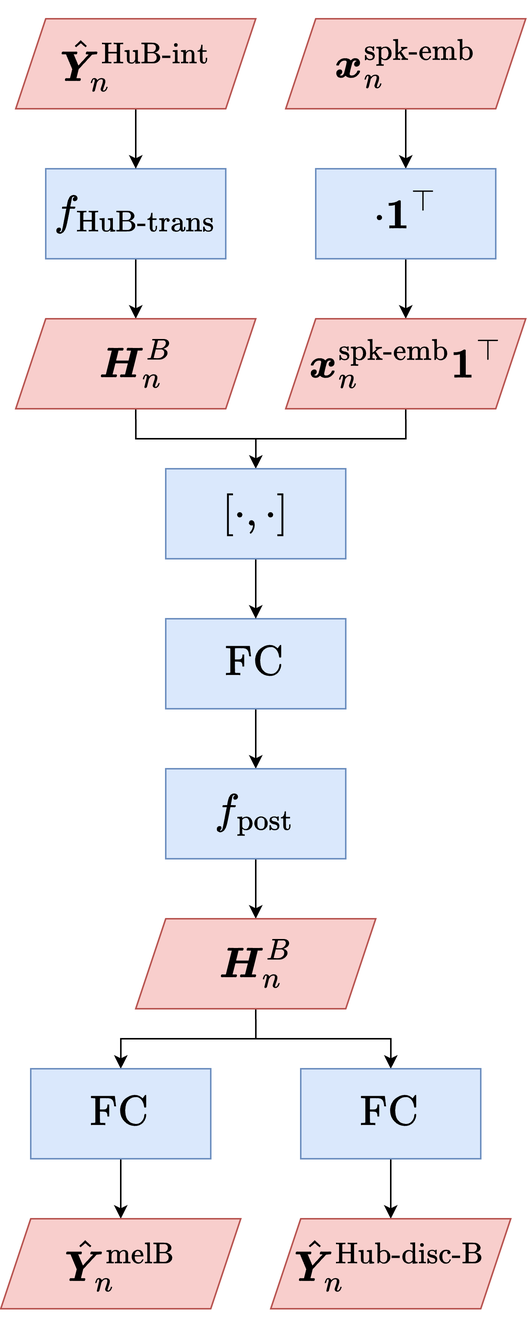
Earlier version of the draw.io export figure/sec4/model_2/networkB.drawio.png (kyushusouth/master_thesis). Source tidied: cells renumbered, new cells last; positions are measured from the earlier drawing's top-left corner, leaving out a move shared by most shapes.
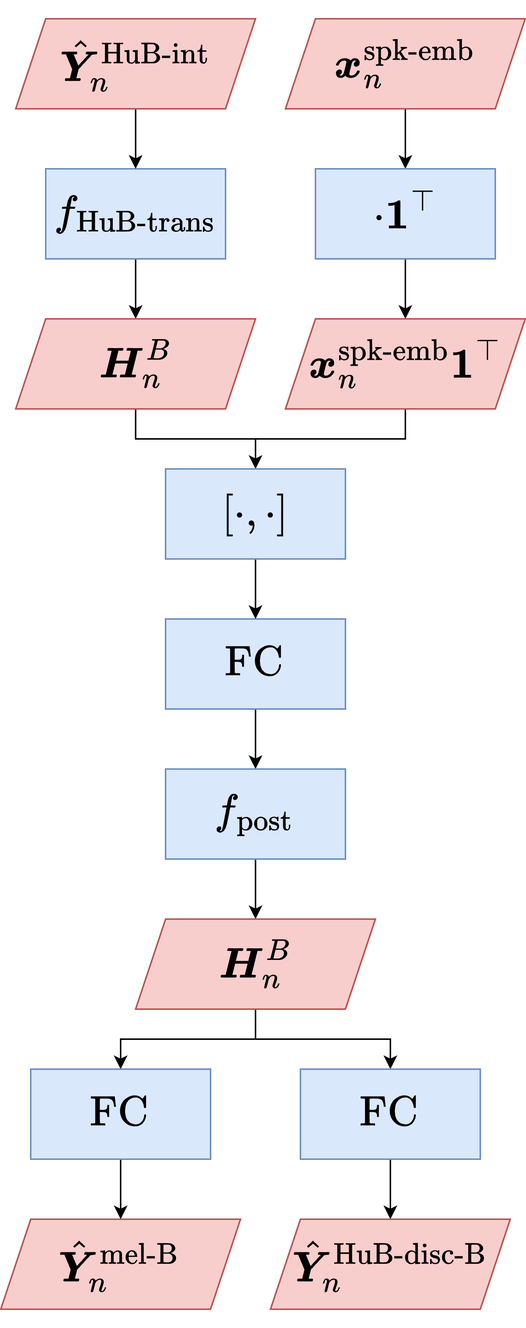
The same file after the commit.

Diff of the diagram source:
```diff
@@ -77,10 +77,10 @@
     <mxCell id="26" value="$$\text{FC}$$" style="rounded=0;whiteSpace=wrap;html=1;fontSize=24;fillColor=#dae8fc;strokeColor=#6c8ebf;" parent="1" vertex="1">
       <mxGeometry x="200" y="700" width="120" height="60" as="geometry" />
     </mxCell>
-    <mxCell id="27" value="$$\hat{\boldsymbol{Y}}_{n}^{\text{melB}}$$" style="shape=parallelogram;perimeter=parallelogramPerimeter;whiteSpace=wrap;html=1;fixedSize=1;fontSize=24;fillColor=#f8cecc;strokeColor=#b85450;" parent="1" vertex="1">
+    <mxCell id="27" value="$$\hat{\boldsymbol{Y}}_{n}^{\text{mel-B}}$$" style="shape=parallelogram;perimeter=parallelogramPerimeter;whiteSpace=wrap;html=1;fixedSize=1;fontSize=24;fillColor=#f8cecc;strokeColor=#b85450;" parent="1" vertex="1">
       <mxGeometry y="800" width="160" height="60" as="geometry" />
     </mxCell>
-    <mxCell id="28" value="$$\hat{\boldsymbol{Y}}_{n}^{\text{Hub-disc-B}}$$" style="shape=parallelogram;perimeter=parallelogramPerimeter;whiteSpace=wrap;html=1;fixedSize=1;fontSize=24;fillColor=#f8cecc;strokeColor=#b85450;" parent="1" vertex="1">
+    <mxCell id="28" value="$$\hat{\boldsymbol{Y}}_{n}^{\text{HuB-disc-B}}$$" style="shape=parallelogram;perimeter=parallelogramPerimeter;whiteSpace=wrap;html=1;fixedSize=1;fontSize=24;fillColor=#f8cecc;strokeColor=#b85450;" parent="1" vertex="1">
       <mxGeometry x="180" y="800" width="160" height="60" as="geometry" />
     </mxCell>
   </root>
```
